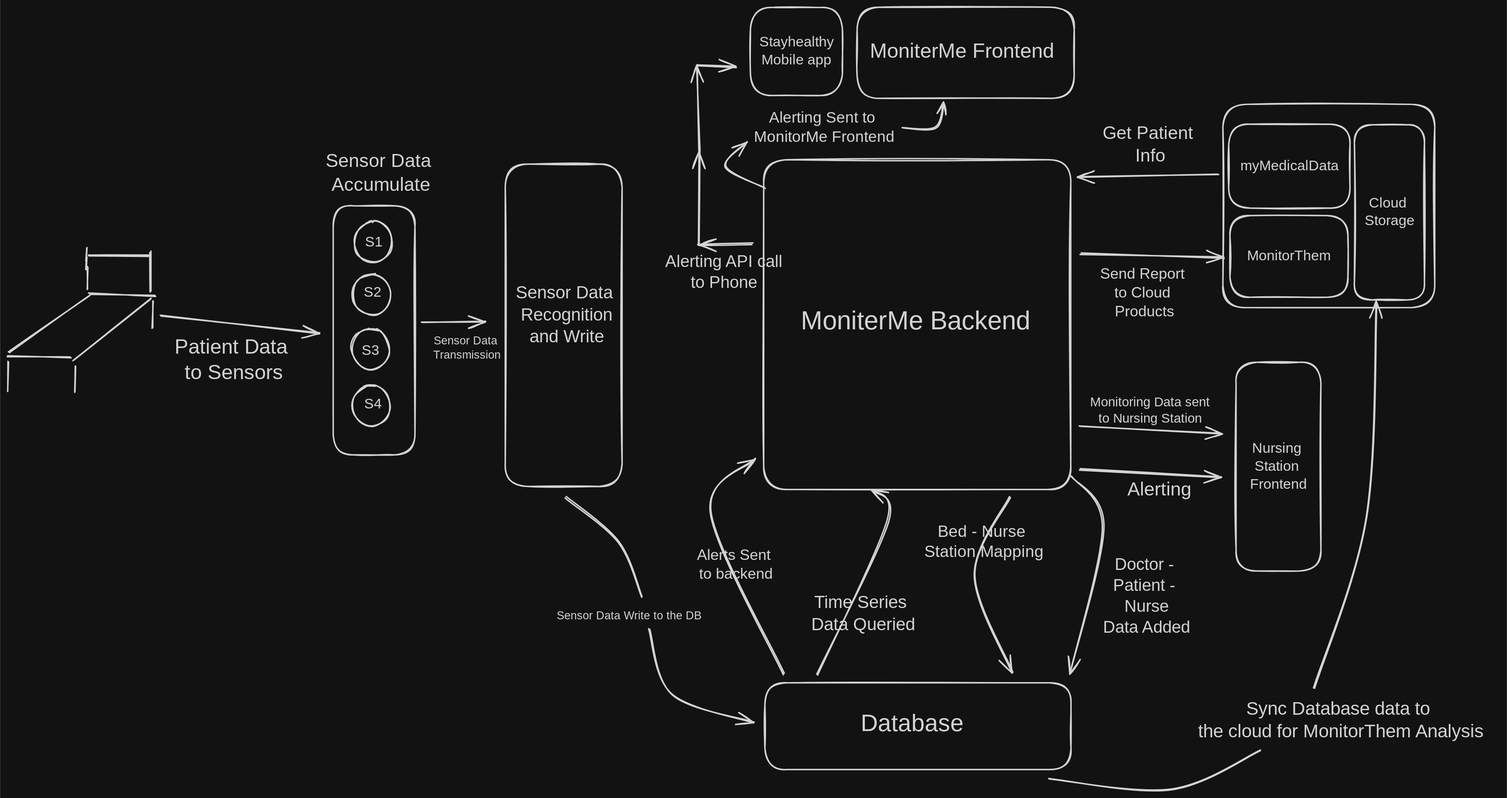
Before: assets/images/funcView.svg, a diagram exported from Excalidraw (siby-sabu/KatasNinjas). Source tidied: one line per element, renumbered; positions are measured from the earlier drawing's top-left corner, leaving out a move shared by most shapes. The source it was exported from:
```json
{"id": 0, "type": "rectangle", "strokeColor": "#1e1e1e", "strokeWidth": 2, "roughness": 1, "round": true, "x": 1052, "y": 212, "width": 427, "height": 459}
{"id": 1, "type": "rectangle", "strokeColor": "#1e1e1e", "strokeWidth": 2, "roughness": 1, "round": true, "x": 693, "y": 218, "width": 162, "height": 448}
{"id": 2, "type": "rectangle", "strokeColor": "#1e1e1e", "strokeWidth": 2, "roughness": 1, "round": true, "x": 1182, "y": 0, "width": 302, "height": 127}
{"id": 3, "type": "rectangle", "strokeColor": "#1e1e1e", "strokeWidth": 2, "roughness": 1, "round": true, "x": 1034, "y": 0, "width": 128, "height": 122}
{"id": 4, "type": "text", "text": "Stayhealthy\nMobile app", "strokeColor": "#1e1e1e", "strokeWidth": 2, "roughness": 1, "fontSize": 20, "fontFamily": 1, "textAlign": "center", "verticalAlign": "middle", "inside": 3, "x": 1040, "y": 37, "width": 116, "height": 50}
{"id": 5, "type": "rectangle", "strokeColor": "#1e1e1e", "strokeWidth": 2, "roughness": 1, "round": true, "x": 1691, "y": 135, "width": 295, "height": 283}
{"id": 6, "type": "rectangle", "strokeColor": "#1e1e1e", "strokeWidth": 2, "roughness": 1, "round": true, "x": 1873, "y": 164, "width": 97, "height": 243}
{"id": 7, "type": "text", "text": "Cloud \nStorage", "strokeColor": "#1e1e1e", "strokeWidth": 2, "roughness": 1, "fontSize": 20, "fontFamily": 1, "textAlign": "center", "verticalAlign": "middle", "inside": 6, "x": 1883, "y": 260, "width": 77, "height": 50}
{"id": 8, "type": "rectangle", "strokeColor": "#1e1e1e", "strokeWidth": 2, "roughness": 1, "round": true, "x": 1699, "y": 163, "width": 169, "height": 117}
{"id": 9, "type": "text", "text": "myMedicalData", "strokeColor": "#1e1e1e", "strokeWidth": 2, "roughness": 1, "fontSize": 20, "fontFamily": 1, "textAlign": "center", "verticalAlign": "middle", "inside": 8, "x": 1710, "y": 209, "width": 146, "height": 25}
{"id": 10, "type": "rectangle", "strokeColor": "#1e1e1e", "strokeWidth": 2, "roughness": 1, "round": true, "x": 1700, "y": 290, "width": 164, "height": 114}
{"id": 11, "type": "text", "text": "MonitorThem", "strokeColor": "#1e1e1e", "strokeWidth": 2, "roughness": 1, "fontSize": 20, "fontFamily": 1, "textAlign": "center", "verticalAlign": "middle", "inside": 10, "x": 1722, "y": 334, "width": 121, "height": 25}
{"id": 12, "type": "rectangle", "strokeColor": "#1e1e1e", "strokeWidth": 2, "roughness": 1, "round": true, "x": 1709, "y": 494, "width": 118, "height": 290}
{"id": 13, "type": "text", "text": "Nursing \nStation \nFrontend", "strokeColor": "#1e1e1e", "strokeWidth": 2, "roughness": 1, "fontSize": 20, "fontFamily": 1, "textAlign": "center", "verticalAlign": "middle", "inside": 12, "x": 1726, "y": 601, "width": 83, "height": 75}
{"id": 14, "type": "rectangle", "strokeColor": "#1e1e1e", "strokeWidth": 2, "roughness": 1, "round": true, "x": 454, "y": 276, "width": 114, "height": 346}
{"id": 15, "type": "ellipse", "strokeColor": "#1e1e1e", "strokeWidth": 2, "roughness": 1, "round": true, "x": 483, "y": 298, "width": 52, "height": 57}
{"id": 16, "type": "ellipse", "strokeColor": "#1e1e1e", "strokeWidth": 2, "roughness": 1, "round": true, "x": 481, "y": 371, "width": 52, "height": 57}
{"id": 17, "type": "ellipse", "strokeColor": "#1e1e1e", "strokeWidth": 2, "roughness": 1, "round": true, "x": 479, "y": 447, "width": 52, "height": 57}
{"id": 18, "type": "ellipse", "strokeColor": "#1e1e1e", "strokeWidth": 2, "roughness": 1, "round": true, "x": 480, "y": 526, "width": 52, "height": 57}
{"id": 19, "type": "line", "strokeColor": "#1e1e1e", "strokeWidth": 2, "roughness": 1, "round": true, "x": 92, "y": 492, "width": 108, "height": 87, "points": [[0, 0], [108, -87]]}
{"id": 20, "type": "line", "strokeColor": "#1e1e1e", "strokeWidth": 2, "roughness": 1, "round": true, "x": 114, "y": 399, "width": 93, "height": 2, "points": [[0, 0], [93, 2]]}
{"id": 21, "type": "line", "strokeColor": "#1e1e1e", "strokeWidth": 2, "roughness": 1, "round": true, "x": 89, "y": 488, "width": 89, "height": 3, "points": [[0, 0], [-89, -3]]}
{"id": 22, "type": "line", "strokeColor": "#1e1e1e", "strokeWidth": 2, "roughness": 1, "round": true, "x": 2, "y": 493, "width": 1, "height": 41, "points": [[0, 0], [-1, 41]]}
{"id": 23, "type": "line", "strokeColor": "#1e1e1e", "strokeWidth": 2, "roughness": 1, "round": true, "x": 95, "y": 499, "width": 1, "height": 36, "points": [[0, 0], [-1, 36]]}
{"id": 24, "type": "line", "strokeColor": "#1e1e1e", "strokeWidth": 2, "roughness": 1, "round": true, "x": 200, "y": 340, "width": 0, "height": 56, "points": [[0, 0], [0, 56]]}
{"id": 25, "type": "line", "strokeColor": "#1e1e1e", "strokeWidth": 2, "roughness": 1, "round": true, "x": 112, "y": 361, "width": 0, "height": 32, "points": [[0, 0], [0, 32]]}
{"id": 26, "type": "line", "strokeColor": "#1e1e1e", "strokeWidth": 2, "roughness": 1, "round": true, "x": 110, "y": 353, "width": 2, "height": 18, "points": [[0, 0], [2, -18]]}
{"id": 27, "type": "line", "strokeColor": "#1e1e1e", "strokeWidth": 2, "roughness": 1, "round": true, "x": 4, "y": 480, "width": 112, "height": 79, "points": [[0, 0], [112, -79]]}
{"id": 28, "type": "line", "strokeColor": "#1e1e1e", "strokeWidth": 2, "roughness": 1, "round": true, "x": 203, "y": 408, "width": 1, "height": 38, "points": [[0, 0], [-1, 38]]}
{"id": 29, "type": "line", "strokeColor": "#1e1e1e", "strokeWidth": 2, "roughness": 1, "round": true, "x": 113, "y": 346, "width": 85, "height": 0, "points": [[0, 0], [85, 0]]}
{"id": 30, "type": "line", "strokeColor": "#1e1e1e", "strokeWidth": 2, "roughness": 1, "round": true, "x": 110, "y": 365, "width": 1, "height": 18, "points": [[0, 0], [1, -18]]}
{"id": 31, "type": "text", "text": "MoniterMe Backend", "strokeColor": "#1e1e1e", "strokeWidth": 2, "roughness": 1, "fontSize": 36, "fontFamily": 1, "x": 1104, "y": 415, "width": 336, "height": 45}
{"id": 32, "type": "text", "text": "MoniterMe Frontend", "strokeColor": "#1e1e1e", "strokeWidth": 2, "roughness": 1, "fontSize": 28.48, "fontFamily": 1, "x": 1200, "y": 45, "width": 272, "height": 36}
{"id": 33, "type": "text", "text": "Sensor Data\n Recognition\n and Write", "strokeColor": "#1e1e1e", "strokeWidth": 2, "roughness": 1, "fontSize": 24.28, "fontFamily": 1, "textAlign": "center", "x": 698, "y": 383, "width": 154, "height": 91}
{"id": 34, "type": "rectangle", "strokeColor": "#1e1e1e", "strokeWidth": 2, "roughness": 1, "round": true, "x": 1054, "y": 940, "width": 426, "height": 121}
{"id": 35, "type": "text", "text": "Database", "strokeColor": "#1e1e1e", "strokeWidth": 2, "roughness": 1, "fontSize": 33.16, "fontFamily": 1, "textAlign": "center", "x": 1177, "y": 976, "width": 164, "height": 41}
{"id": 36, "type": "text", "text": "S1", "strokeColor": "#1e1e1e", "strokeWidth": 2, "roughness": 1, "fontSize": 20, "fontFamily": 1, "textAlign": "center", "x": 501, "y": 315, "width": 18, "height": 25}
{"id": 37, "type": "text", "text": "S2", "strokeColor": "#1e1e1e", "strokeWidth": 2, "roughness": 1, "fontSize": 20, "fontFamily": 1, "textAlign": "center", "x": 495, "y": 385, "width": 26, "height": 25}
{"id": 38, "type": "text", "text": "S3", "strokeColor": "#1e1e1e", "strokeWidth": 2, "roughness": 1, "fontSize": 20, "fontFamily": 1, "textAlign": "center", "x": 492, "y": 465, "width": 26, "height": 25}
{"id": 39, "type": "text", "text": "S4", "strokeColor": "#1e1e1e", "strokeWidth": 2, "roughness": 1, "fontSize": 20, "fontFamily": 1, "textAlign": "center", "x": 496, "y": 540, "width": 25, "height": 25}
{"id": 40, "type": "text", "text": "Sensor Data \nAccumulate", "strokeColor": "#1e1e1e", "strokeWidth": 2, "roughness": 1, "fontSize": 26.39, "fontFamily": 1, "textAlign": "center", "x": 430, "y": 199, "width": 180, "height": 66}
{"id": 41, "type": "arrow", "strokeColor": "#1e1e1e", "strokeWidth": 2, "roughness": 1, "endArrowhead": "arrow", "round": true, "from": 14, "to": 1, "x": 577, "y": 437, "width": 87, "height": 0, "points": [[0, 0], [87, 0]]}
{"id": 42, "type": "arrow", "strokeColor": "#1e1e1e", "strokeWidth": 2, "roughness": 1, "endArrowhead": "arrow", "round": true, "to": 14, "x": 213, "y": 430, "width": 221, "height": 23, "points": [[0, 0], [221, 23]]}
{"id": 43, "type": "arrow", "strokeColor": "#1e1e1e", "strokeWidth": 2, "roughness": 1, "round": true, "from": 1, "x": 778, "y": 682, "width": 104, "height": 138, "points": [[0, 0], [73, 61], [104, 138]]}
{"id": 44, "type": "arrow", "strokeColor": "#1e1e1e", "strokeWidth": 2, "roughness": 1, "endArrowhead": "arrow", "round": true, "from": 61, "to": 34, "x": 894, "y": 865, "width": 145, "height": 130, "points": [[0, 0], [32, 91], [145, 130]]}
{"id": 45, "type": "arrow", "strokeColor": "#1e1e1e", "strokeWidth": 2, "roughness": 1, "endArrowhead": "arrow", "round": true, "from": 0, "to": 62, "x": 1037, "y": 328, "width": 76, "height": 2, "points": [[0, 0], [-76, 2]]}
{"id": 46, "type": "arrow", "strokeColor": "#1e1e1e", "strokeWidth": 2, "roughness": 1, "endArrowhead": "arrow", "round": true, "from": 62, "x": 961, "y": 330, "width": 3, "height": 131, "points": [[0, 0], [3, -131]]}
{"id": 47, "type": "arrow", "strokeColor": "#1e1e1e", "strokeWidth": 2, "roughness": 1, "endArrowhead": "arrow", "round": true, "x": 963, "y": 200, "width": 4, "height": 119, "points": [[0, 0], [-4, -119]]}
{"id": 48, "type": "arrow", "strokeColor": "#1e1e1e", "strokeWidth": 2, "roughness": 1, "endArrowhead": "arrow", "round": true, "to": 3, "x": 959, "y": 81, "width": 54, "height": 2, "points": [[0, 0], [54, 2]]}
{"id": 49, "type": "arrow", "strokeColor": "#1e1e1e", "strokeWidth": 2, "roughness": 1, "endArrowhead": "arrow", "round": true, "from": 63, "to": 2, "x": 1246, "y": 167, "width": 57, "height": 35, "points": [[0, 0], [46, 0], [57, -34]]}
{"id": 50, "type": "arrow", "strokeColor": "#1e1e1e", "strokeWidth": 2, "roughness": 1, "endArrowhead": "arrow", "round": true, "from": 34, "to": 0, "x": 1080, "y": 928, "width": 101, "height": 301, "points": [[0, 0], [-101, -224], [-41, -301]]}
{"id": 51, "type": "arrow", "strokeColor": "#1e1e1e", "strokeWidth": 2, "roughness": 1, "endArrowhead": "arrow", "round": true, "from": 34, "to": 0, "x": 1127, "y": 929, "width": 97, "height": 258, "points": [[0, 0], [97, -214], [77, -258]]}
{"id": 52, "type": "arrow", "strokeColor": "#1e1e1e", "strokeWidth": 2, "roughness": 1, "endArrowhead": "arrow", "round": true, "from": 0, "to": 34, "x": 1395, "y": 682, "width": 54, "height": 243, "points": [[0, 0], [-49, 108], [4, 243]]}
{"id": 53, "type": "arrow", "strokeColor": "#1e1e1e", "strokeWidth": 2, "roughness": 1, "endArrowhead": "arrow", "round": true, "from": 0, "to": 34, "x": 1480, "y": 651, "width": 47, "height": 275, "points": [[0, 0], [44, 72], [-3, 275]]}
{"id": 54, "type": "arrow", "strokeColor": "#1e1e1e", "strokeWidth": 2, "roughness": 1, "endArrowhead": "arrow", "round": true, "from": 0, "to": 12, "x": 1492, "y": 582, "width": 197, "height": 12, "points": [[0, 0], [197, 12]]}
{"id": 55, "type": "arrow", "strokeColor": "#1e1e1e", "strokeWidth": 2, "roughness": 1, "endArrowhead": "arrow", "round": true, "from": 8, "to": 0, "x": 1685, "y": 232, "width": 197, "height": 5, "points": [[0, 0], [-197, 5]]}
{"id": 56, "type": "arrow", "strokeColor": "#1e1e1e", "strokeWidth": 2, "roughness": 1, "endArrowhead": "arrow", "round": true, "from": 0, "to": 10, "x": 1494, "y": 343, "width": 199, "height": 6, "points": [[0, 0], [199, 6]]}
{"id": 57, "type": "arrow", "strokeColor": "#1e1e1e", "strokeWidth": 2, "roughness": 1, "round": true, "from": 34, "to": 71, "x": 1449, "y": 1073, "width": 293, "height": 54, "points": [[0, 0], [171, 15], [293, -40]]}
{"id": 58, "type": "arrow", "strokeColor": "#1e1e1e", "strokeWidth": 2, "roughness": 1, "endArrowhead": "arrow", "round": true, "from": 71, "to": 6, "x": 1818, "y": 946, "width": 86, "height": 536, "points": [[0, 0], [72, -237], [86, -536]]}
{"id": 59, "type": "text", "text": "Patient Data\n to Sensors", "strokeColor": "#1e1e1e", "strokeWidth": 2, "roughness": 1, "fontSize": 28.3, "fontFamily": 1, "textAlign": "center", "x": 214, "y": 456, "width": 194, "height": 71}
{"id": 60, "type": "text", "text": "Sensor Data \nTransmission", "strokeColor": "#1e1e1e", "strokeWidth": 2, "roughness": 1, "fontSize": 16, "fontFamily": 1, "textAlign": "center", "x": 585, "y": 454, "width": 109, "height": 40}
{"id": 61, "type": "text", "text": "Sensor Data Write to the DB", "strokeColor": "#1e1e1e", "strokeWidth": 2, "roughness": 1, "fontSize": 16, "fontFamily": 1, "textAlign": "center", "x": 745, "y": 837, "width": 241, "height": 20}
{"id": 62, "type": "text", "text": "Alerting API call\nto Phone", "strokeColor": "#1e1e1e", "strokeWidth": 2, "roughness": 1, "fontSize": 23.39, "fontFamily": 1, "textAlign": "center", "x": 901, "y": 340, "width": 192, "height": 58}
{"id": 63, "type": "text", "text": "Alerting Sent to \nMonitorMe Frontend", "strokeColor": "#1e1e1e", "strokeWidth": 2, "roughness": 1, "fontSize": 21.54, "fontFamily": 1, "textAlign": "center", "x": 1034, "y": 141, "width": 206, "height": 54}
{"id": 64, "type": "arrow", "strokeColor": "#1e1e1e", "strokeWidth": 2, "roughness": 1, "endArrowhead": "arrow", "round": true, "to": 63, "x": 1054, "y": 252, "width": 54, "height": 64, "points": [[0, 0], [-54, -30], [-26, -64]]}
{"id": 65, "type": "text", "text": "Alerts Sent\n to backend", "strokeColor": "#1e1e1e", "strokeWidth": 2, "roughness": 1, "fontSize": 20.74, "fontFamily": 1, "textAlign": "center", "x": 950, "y": 750, "width": 122, "height": 52}
{"id": 66, "type": "text", "text": "Time Series \nData Queried", "strokeColor": "#1e1e1e", "strokeWidth": 2, "roughness": 1, "fontSize": 24.49, "fontFamily": 1, "textAlign": "center", "x": 1107, "y": 814, "width": 166, "height": 61}
{"id": 67, "type": "text", "text": "Doctor - \nPatient - \nNurse\nData Added", "strokeColor": "#1e1e1e", "strokeWidth": 2, "roughness": 1, "fontSize": 23.23, "fontFamily": 1, "textAlign": "center", "x": 1514, "y": 762, "width": 141, "height": 116}
{"id": 68, "type": "text", "text": "Monitoring Data sent\nto Nursing Station", "strokeColor": "#1e1e1e", "strokeWidth": 2, "roughness": 1, "fontSize": 18.06, "fontFamily": 1, "textAlign": "center", "x": 1494, "y": 539, "width": 190, "height": 45}
{"id": 69, "type": "text", "text": "Send Report \nto Cloud \nProducts", "strokeColor": "#1e1e1e", "strokeWidth": 2, "roughness": 1, "fontSize": 21.02, "fontFamily": 1, "textAlign": "center", "x": 1514, "y": 358, "width": 136, "height": 79}
{"id": 70, "type": "text", "text": "Get Patient \nInfo", "strokeColor": "#1e1e1e", "backgroundColor": "#ffffff", "fillStyle": "solid", "strokeWidth": 2, "roughness": 1, "fontSize": 24.91, "fontFamily": 1, "textAlign": "center", "x": 1508, "y": 161, "width": 164, "height": 62}
{"id": 71, "type": "text", "text": "Sync Database data to \nthe cloud for MonitorThem Analysis", "strokeColor": "#1e1e1e", "backgroundColor": "#ffffff", "fillStyle": "solid", "strokeWidth": 2, "roughness": 1, "fontSize": 25.42, "fontFamily": 1, "textAlign": "center", "x": 1633, "y": 961, "width": 442, "height": 64}
{"id": 72, "type": "text", "text": "Bed - Nurse \nStation Mapping", "strokeColor": "#1e1e1e", "backgroundColor": "#ffffff", "fillStyle": "solid", "strokeWidth": 2, "roughness": 1, "fontSize": 22.41, "fontFamily": 1, "textAlign": "center", "x": 1272, "y": 716, "width": 174, "height": 56}
{"id": 73, "type": "arrow", "strokeColor": "#1e1e1e", "strokeWidth": 2, "roughness": 1, "endArrowhead": "arrow", "round": true, "from": 0, "to": 12, "x": 1491, "y": 643, "width": 197, "height": 12, "points": [[0, 0], [197, 12]]}
{"id": 74, "type": "text", "text": "Alerting", "strokeColor": "#1e1e1e", "backgroundColor": "#ffffff", "fillStyle": "solid", "strokeWidth": 2, "roughness": 1, "fontSize": 25.93, "fontFamily": 1, "textAlign": "center", "x": 1555, "y": 656, "width": 95, "height": 32}
```
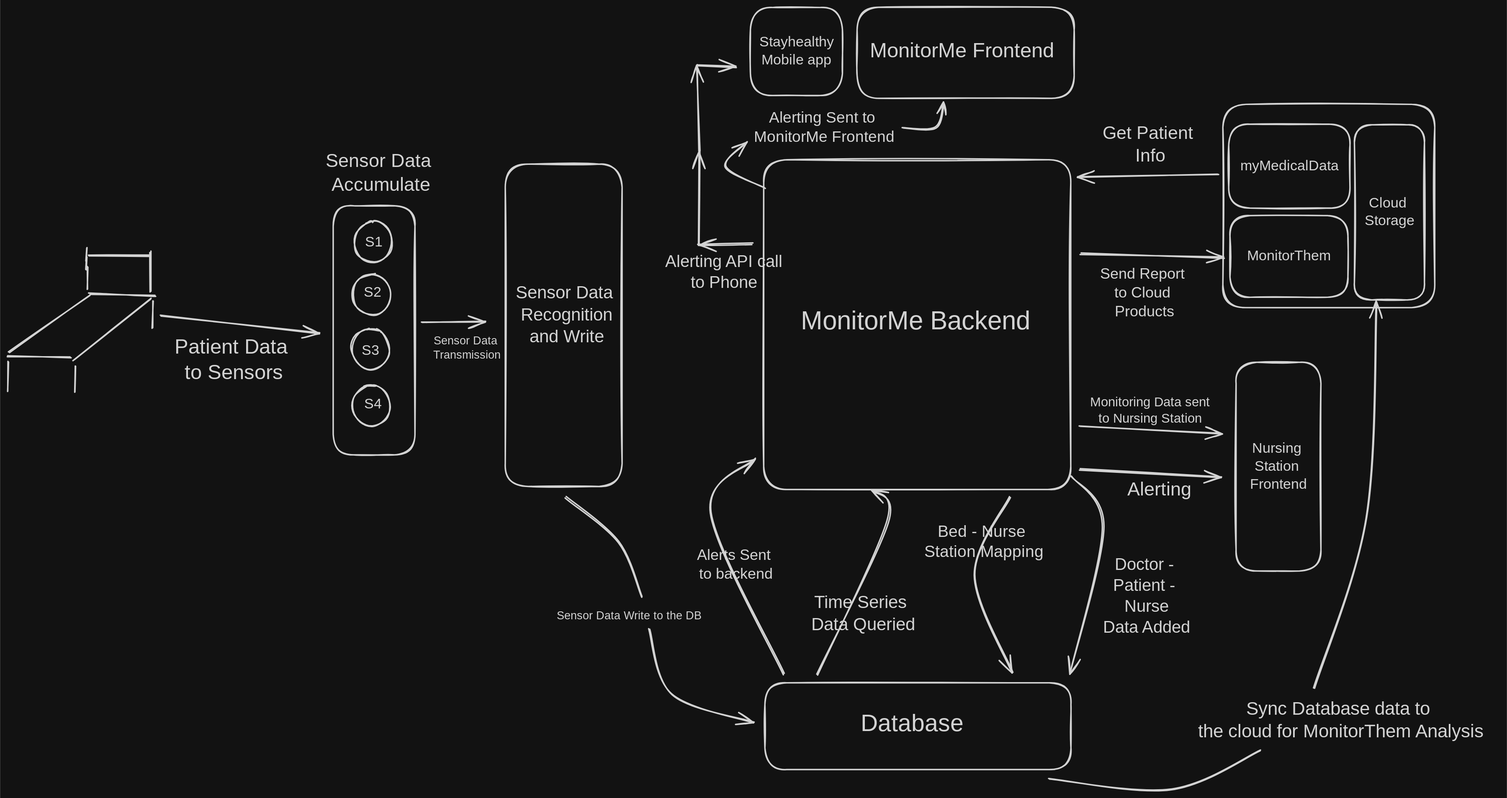
Later version of the same file.

The edit, as a diff of the source:
```diff
@@ -29,8 +29,8 @@
 {"id": 28, "type": "line", "strokeColor": "#1e1e1e", "strokeWidth": 2, "roughness": 1, "round": true, "x": 203, "y": 408, "width": 1, "height": 38, "points": [[0, 0], [-1, 38]]}
 {"id": 29, "type": "line", "strokeColor": "#1e1e1e", "strokeWidth": 2, "roughness": 1, "round": true, "x": 113, "y": 346, "width": 85, "height": 0, "points": [[0, 0], [85, 0]]}
 {"id": 30, "type": "line", "strokeColor": "#1e1e1e", "strokeWidth": 2, "roughness": 1, "round": true, "x": 110, "y": 365, "width": 1, "height": 18, "points": [[0, 0], [1, -18]]}
-{"id": 31, "type": "text", "text": "MoniterMe Backend", "strokeColor": "#1e1e1e", "strokeWidth": 2, "roughness": 1, "fontSize": 36, "fontFamily": 1, "x": 1104, "y": 415, "width": 336, "height": 45}
+{"id": 31, "type": "text", "text": "MonitorMe Backend", "strokeColor": "#1e1e1e", "strokeWidth": 2, "roughness": 1, "fontSize": 36, "fontFamily": 1, "x": 1104, "y": 415, "width": 336, "height": 45}
-{"id": 32, "type": "text", "text": "MoniterMe Frontend", "strokeColor": "#1e1e1e", "strokeWidth": 2, "roughness": 1, "fontSize": 28.48, "fontFamily": 1, "x": 1200, "y": 45, "width": 272, "height": 36}
+{"id": 32, "type": "text", "text": "MonitorMe Frontend", "strokeColor": "#1e1e1e", "strokeWidth": 2, "roughness": 1, "fontSize": 28.48, "fontFamily": 1, "x": 1200, "y": 44, "width": 272, "height": 36}
 {"id": 33, "type": "text", "text": "Sensor Data\n Recognition\n and Write", "strokeColor": "#1e1e1e", "strokeWidth": 2, "roughness": 1, "fontSize": 24.28, "fontFamily": 1, "textAlign": "center", "x": 698, "y": 383, "width": 154, "height": 91}
 {"id": 34, "type": "rectangle", "strokeColor": "#1e1e1e", "strokeWidth": 2, "roughness": 1, "round": true, "x": 1054, "y": 940, "width": 426, "height": 121}
 {"id": 35, "type": "text", "text": "Database", "strokeColor": "#1e1e1e", "strokeWidth": 2, "roughness": 1, "fontSize": 33.16, "fontFamily": 1, "textAlign": "center", "x": 1177, "y": 976, "width": 164, "height": 41}
```
